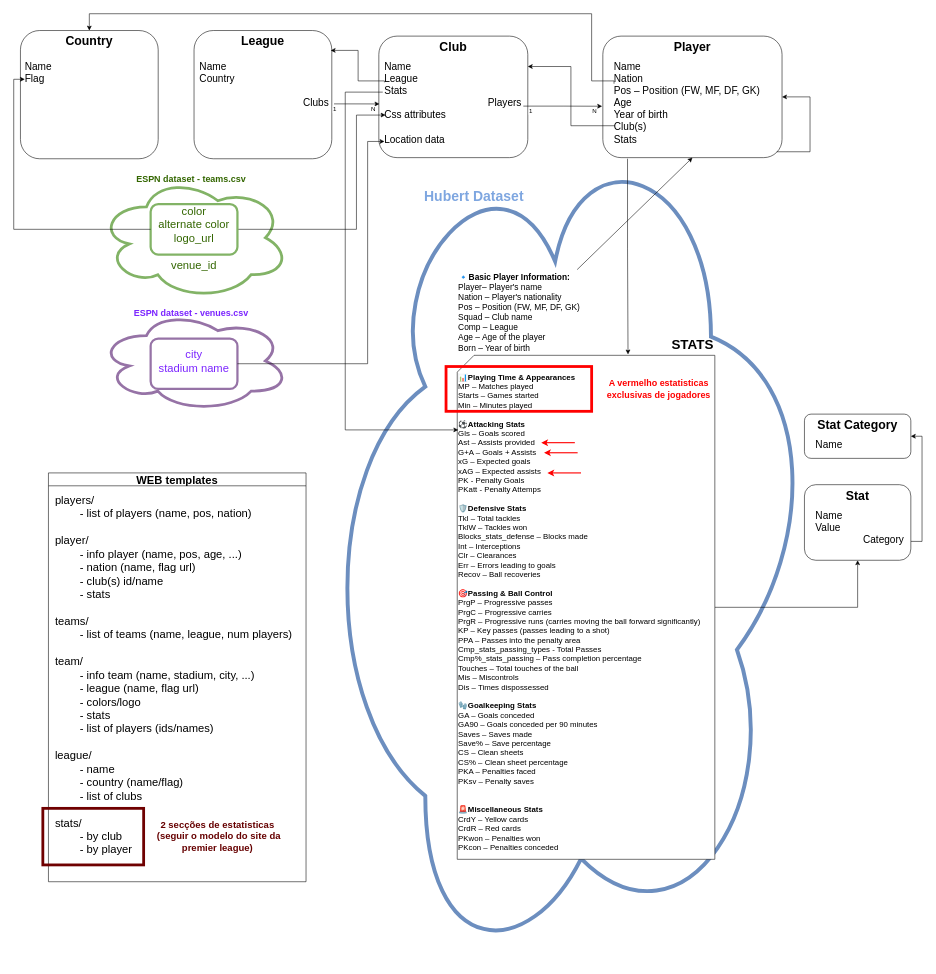
The draw.io diagram docs/ws_model_schema.drawio in GuiAmorim03/WS-Project-2, before the edit. Source tidied: cells renumbered, new cells numbered last; positions are measured from the earlier drawing's top-left corner, leaving out a move shared by most shapes. Both pictures are drawn from the tidied source at 56%, with x=0, y=0 at pixel (13, 13).
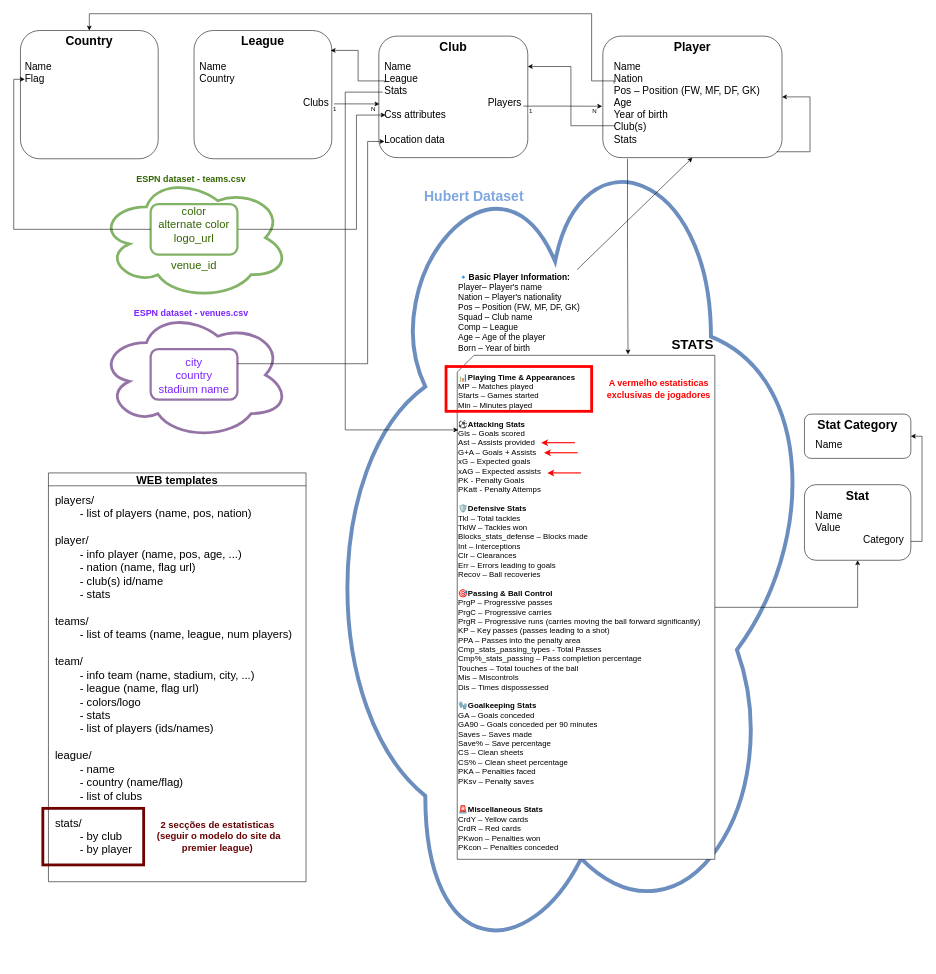
The same page after the edit.

Diff of the diagram source:
```diff
@@
-    <mxCell id="31" value="&lt;div&gt;city&lt;/div&gt;&lt;div&gt;stadium name&lt;/div&gt;" style="ellipse;shape=cloud;whiteSpace=wrap;html=1;fillColor=none;strokeColor=#9673a6;strokeWidth=5;align=center;fontStyle=0;fontSize=20;fontColor=#7B24FF;" parent="1" vertex="1">
-      <mxGeometry x="152" y="530" width="340" height="180" as="geometry" />
+    <mxCell id="31" value="&lt;div&gt;city&lt;/div&gt;&lt;div&gt;country&lt;/div&gt;&lt;div&gt;stadium name&lt;/div&gt;" style="ellipse;shape=cloud;whiteSpace=wrap;html=1;fillColor=none;strokeColor=#9673a6;strokeWidth=5;align=center;fontStyle=0;fontSize=20;fontColor=#7B24FF;" parent="1" vertex="1">
+      <mxGeometry x="152" y="530" width="340" height="230" as="geometry" />
     </mxCell>
@@
     <mxCell id="33" style="rounded=1;whiteSpace=wrap;html=1;fillColor=none;strokeColor=#9673a6;strokeWidth=4;fontColor=#7B24FF;" parent="1" vertex="1">
-      <mxGeometry x="244.5" y="580" width="155" height="90" as="geometry" />
+      <mxGeometry x="244.5" y="599" width="155" height="90" as="geometry" />
     </mxCell>
```
